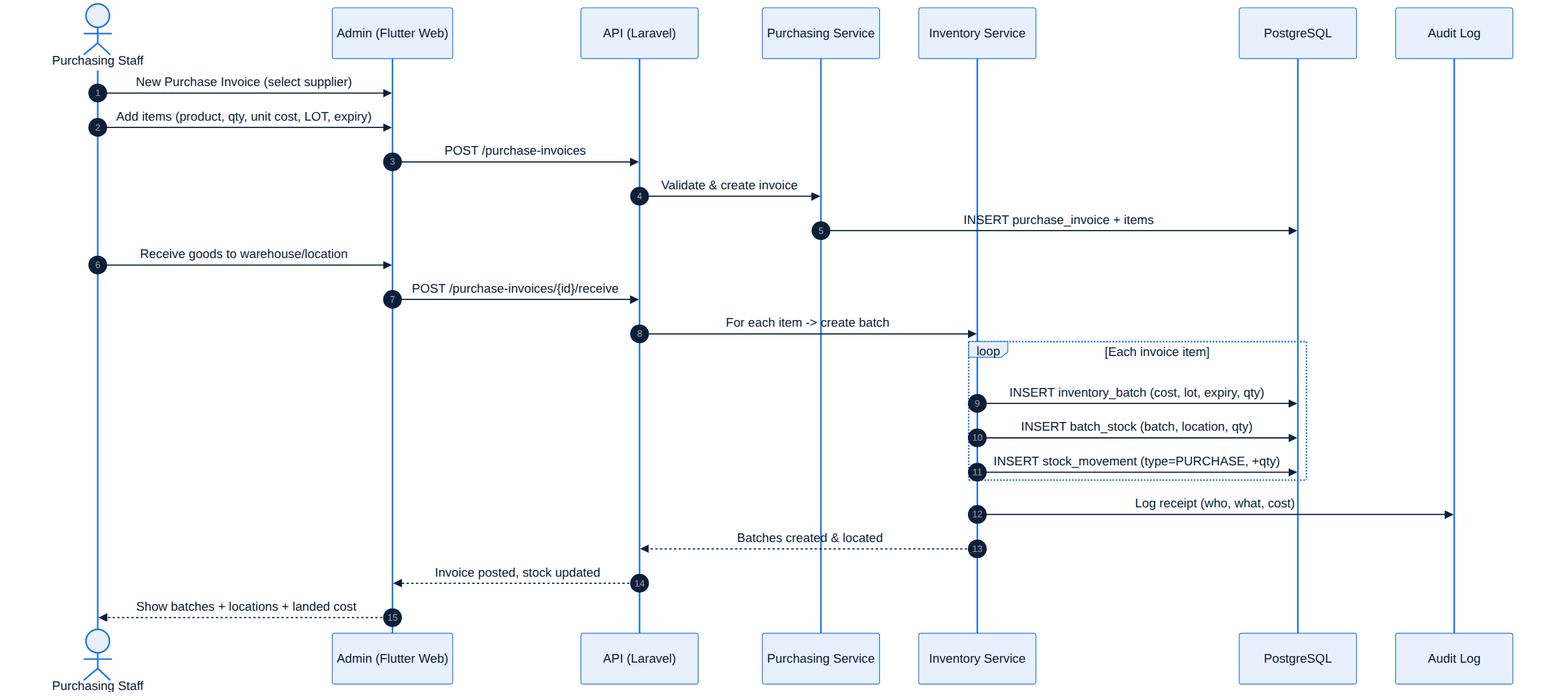
The Mermaid diagram docs/diagrams/13_Sequence_Goods_Receipt.png in haideraljiryawe/Shubayr, before a commit. Its source is kept beside it as docs/diagrams/13_Sequence_Goods_Receipt.mmd. Source of this version:
```mermaid
sequenceDiagram
  autonumber
  actor P as Purchasing Staff
  participant Adm as Admin (Flutter Web)
  participant API as API (Laravel)
  participant Pur as Purchasing Service
  participant Inv as Inventory Service
  participant DB as PostgreSQL
  participant Aud as Audit Log

  P->>Adm: New Purchase Invoice (select supplier)
  P->>Adm: Add items (product, qty, unit cost, LOT, expiry)
  Adm->>API: POST /purchase-invoices
  API->>Pur: Validate & create invoice
  Pur->>DB: INSERT purchase_invoice + items
  P->>Adm: Receive goods to warehouse/location
  Adm->>API: POST /purchase-invoices/{id}/receive
  API->>Inv: For each item -> create batch
  loop Each invoice item
    Inv->>DB: INSERT inventory_batch (cost, lot, expiry, qty)
    Inv->>DB: INSERT batch_stock (batch, location, qty)
    Inv->>DB: INSERT stock_movement (type=PURCHASE, +qty)
  end
  Inv->>Aud: Log receipt (who, what, cost)
  Inv-->>API: Batches created & located
  API-->>Adm: Invoice posted, stock updated
  Adm-->>P: Show batches + locations + landed cost
```
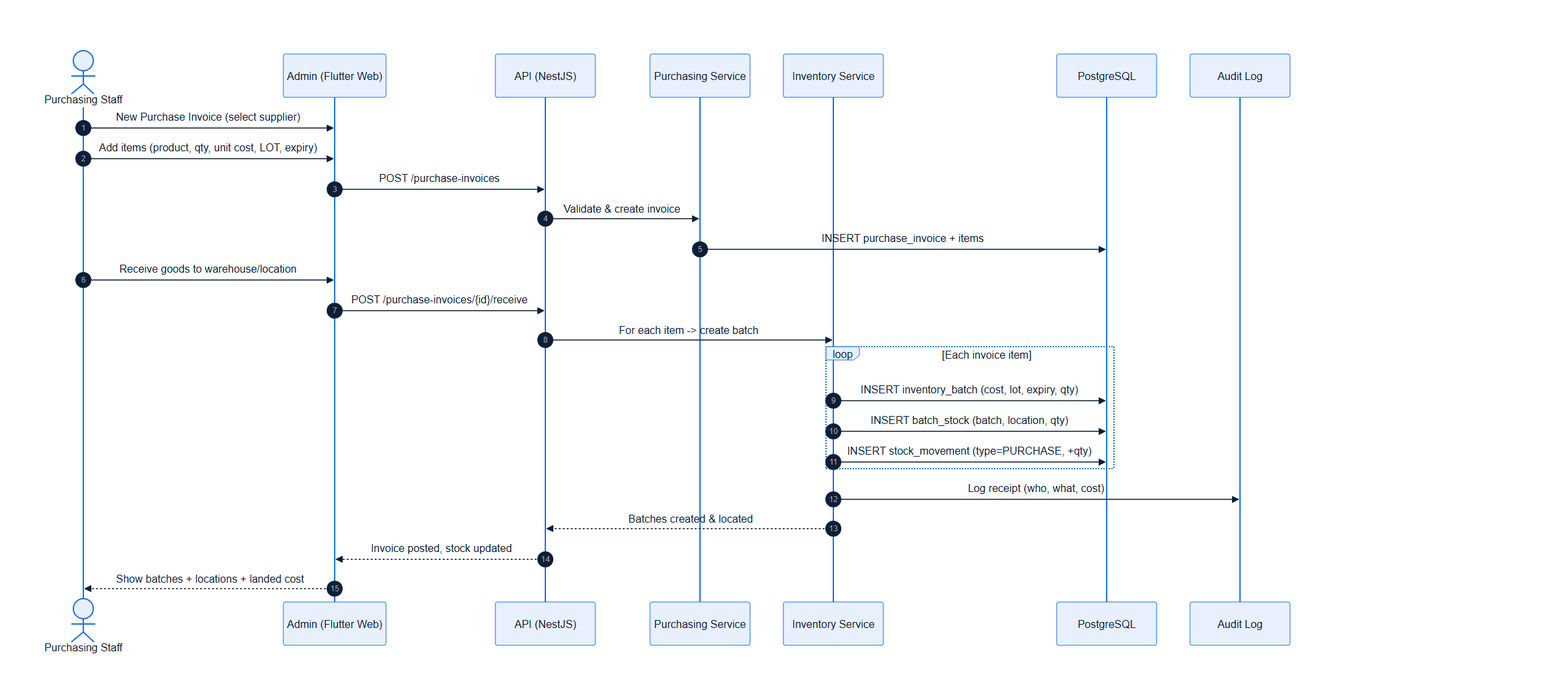
Above is the later version.

What changed in the source:
```diff
@@ -2,7 +2,7 @@
   autonumber
   actor P as Purchasing Staff
   participant Adm as Admin (Flutter Web)
-  participant API as API (Laravel)
+  participant API as API (NestJS)
   participant Pur as Purchasing Service
   participant Inv as Inventory Service
   participant DB as PostgreSQL
```
